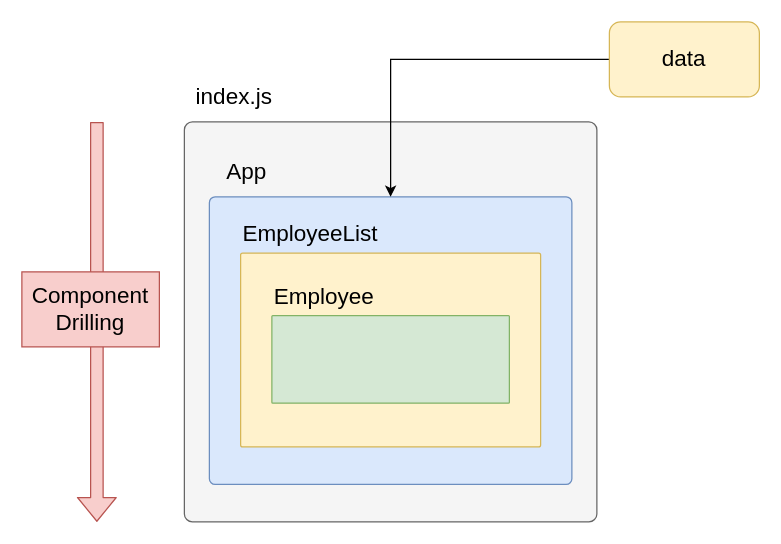
Before: page "EmployeeApp(React)" (1 of 8) of Drawing.drawio in zcomert/java-mysql-react-full-stack-employee-spa, a draw.io diagram. Source tidied: cells renumbered, new cells numbered last; positions are measured from the earlier drawing's top-left corner, leaving out a move shared by most shapes. Both pictures are drawn from the tidied source at 125%, with x=0, y=0 at pixel (21, 21).
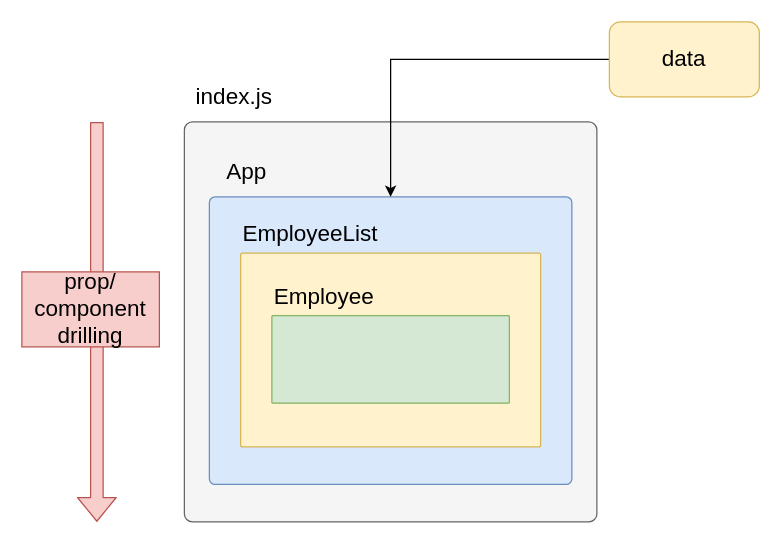
The same page after the edit.

Change to the diagram source:
```diff
@@
 <mxGraphModel>
   <root>
     <mxCell id="0" />
     <mxCell id="1" parent="0" />
     <mxCell id="2" style="rounded=1;whiteSpace=wrap;html=1;arcSize=2;fillColor=#f5f5f5;strokeColor=#666666;fontColor=#333333;" parent="1" vertex="1">
       <mxGeometry x="130" y="80" width="330" height="320" as="geometry" />
     </mxCell>
     <mxCell id="3" value="index.js" style="text;html=1;strokeColor=none;fillColor=none;align=center;verticalAlign=middle;whiteSpace=wrap;rounded=0;fontSize=18;" parent="1" vertex="1">
       <mxGeometry x="140" y="50" width="60" height="20" as="geometry" />
     </mxCell>
     <mxCell id="4" style="rounded=1;whiteSpace=wrap;html=1;arcSize=2;fillColor=#dae8fc;strokeColor=#6c8ebf;" parent="1" vertex="1">
       <mxGeometry x="150" y="140" width="290" height="230" as="geometry" />
     </mxCell>
     <mxCell id="5" value="App" style="text;html=1;strokeColor=none;fillColor=none;align=center;verticalAlign=middle;whiteSpace=wrap;rounded=0;fontSize=18;" parent="1" vertex="1">
       <mxGeometry x="150" y="110" width="60" height="20" as="geometry" />
     </mxCell>
     <mxCell id="6" style="edgeStyle=orthogonalEdgeStyle;rounded=0;jettySize=auto;html=1;fontSize=18;" parent="1" edge="1" source="7" target="4">
       <mxGeometry relative="1" as="geometry" />
     </mxCell>
     <mxCell id="7" value="data" style="rounded=1;whiteSpace=wrap;html=1;fontSize=18;fillColor=#fff2cc;strokeColor=#d6b656;" parent="1" vertex="1">
       <mxGeometry x="470" width="120" height="60" as="geometry" />
     </mxCell>
     <mxCell id="8" style="rounded=1;whiteSpace=wrap;html=1;fontSize=18;arcSize=1;fillColor=#fff2cc;strokeColor=#d6b656;" parent="1" vertex="1">
       <mxGeometry x="175" y="185" width="240" height="155" as="geometry" />
     </mxCell>
     <mxCell id="9" value="EmployeeList" style="text;html=1;strokeColor=none;fillColor=none;align=left;verticalAlign=middle;whiteSpace=wrap;rounded=0;fontSize=18;" parent="1" vertex="1">
       <mxGeometry x="175" y="160" width="125" height="20" as="geometry" />
     </mxCell>
     <mxCell id="10" style="rounded=1;whiteSpace=wrap;html=1;fontSize=18;arcSize=1;fillColor=#d5e8d4;strokeColor=#82b366;" parent="1" vertex="1">
       <mxGeometry x="200" y="235" width="190" height="70" as="geometry" />
     </mxCell>
     <mxCell id="11" value="Employee" style="text;html=1;strokeColor=none;fillColor=none;align=left;verticalAlign=middle;whiteSpace=wrap;rounded=0;fontSize=18;" parent="1" vertex="1">
       <mxGeometry x="200" y="210" width="125" height="20" as="geometry" />
     </mxCell>
     <mxCell id="12" style="shape=flexArrow;endArrow=classic;html=1;fontSize=18;fillColor=#f8cecc;strokeColor=#b85450;" parent="1" edge="1">
       <mxGeometry relative="1" as="geometry">
         <mxPoint x="60" y="80" as="sourcePoint" />
         <mxPoint x="60" y="400" as="targetPoint" />
       </mxGeometry>
     </mxCell>
-    <mxCell id="13" value="Component Drilling" style="text;html=1;align=center;verticalAlign=middle;whiteSpace=wrap;rounded=0;fontSize=18;fillColor=#f8cecc;strokeColor=#b85450;" parent="1" vertex="1">
+    <mxCell id="13" value="prop/ component drilling" style="text;html=1;align=center;verticalAlign=middle;whiteSpace=wrap;rounded=0;fontSize=18;fillColor=#f8cecc;strokeColor=#b85450;" parent="1" vertex="1">
       <mxGeometry y="200" width="110" height="60" as="geometry" />
     </mxCell>
   </root>
 </mxGraphModel>
```
